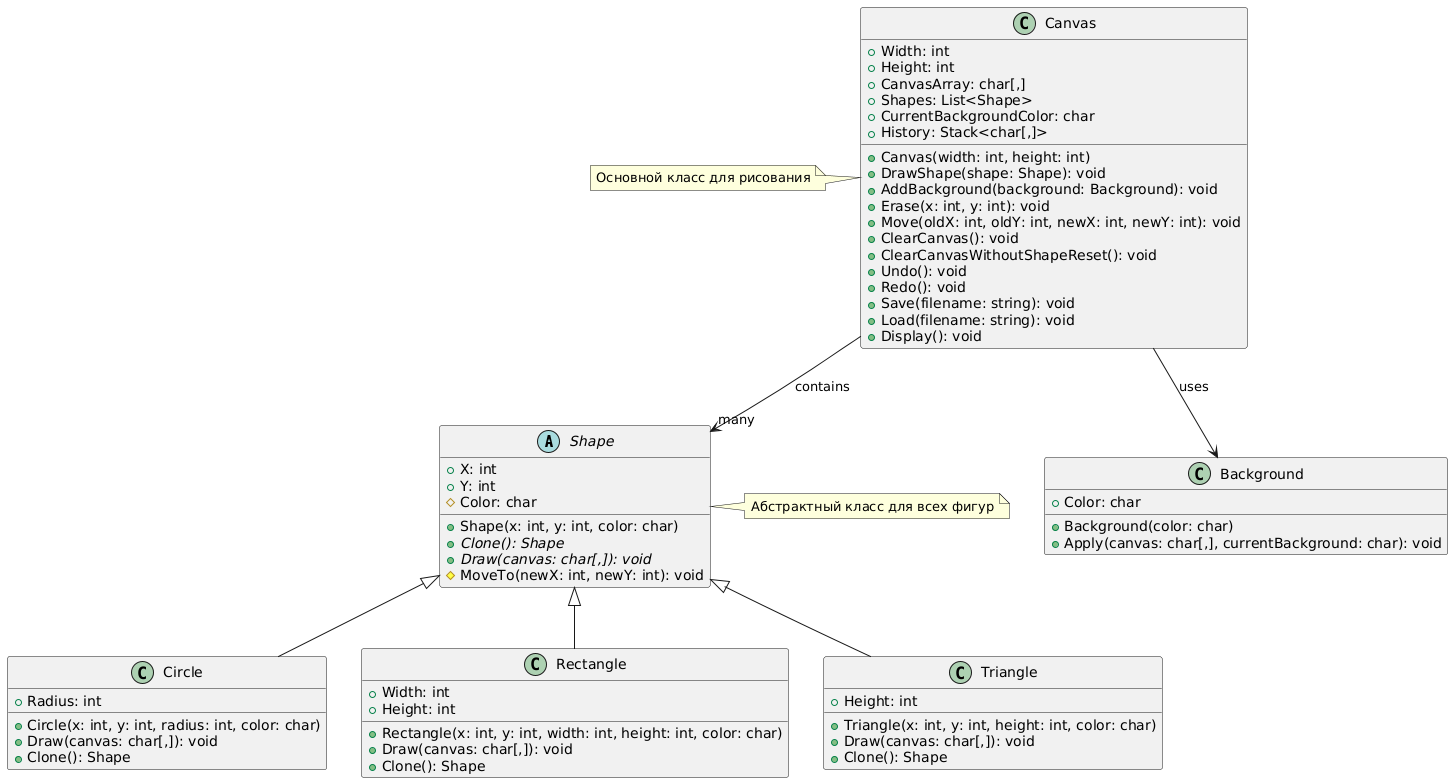
HXPPY228/OOP_Labs keeps this PlantUML diagram as images/UML_Lab1.png. Above is the earlier version. Its diagram source:
```plantuml
@startuml
abstract class Shape {
  +X: int
  +Y: int
  #Color: char
  +Shape(x: int, y: int, color: char)
  +Clone(): Shape {abstract}
  +Draw(canvas: char[,]): void {abstract}
  #MoveTo(newX: int, newY: int): void
}

class Circle extends Shape {
  +Radius: int
  +Circle(x: int, y: int, radius: int, color: char)
  +Draw(canvas: char[,]): void
  +Clone(): Shape
}

class Rectangle extends Shape {
  +Width: int
  +Height: int
  +Rectangle(x: int, y: int, width: int, height: int, color: char)
  +Draw(canvas: char[,]): void
  +Clone(): Shape
}

class Triangle extends Shape {
  +Height: int
  +Triangle(x: int, y: int, height: int, color: char)
  +Draw(canvas: char[,]): void
  +Clone(): Shape
}

class Background {
  +Color: char
  +Background(color: char)
  +Apply(canvas: char[,], currentBackground: char): void
}

class Canvas {
  +Width: int
  +Height: int
  +CanvasArray: char[,]
  +Shapes: List<Shape>
  +CurrentBackgroundColor: char
  +History: Stack<char[,]>
  +Canvas(width: int, height: int)
  +DrawShape(shape: Shape): void
  +AddBackground(background: Background): void
  +Erase(x: int, y: int): void
  +Move(oldX: int, oldY: int, newX: int, newY: int): void
  +ClearCanvas(): void
  +ClearCanvasWithoutShapeReset(): void
  +Undo(): void
  +Redo(): void
  +Save(filename: string): void
  +Load(filename: string): void
  +Display(): void
}

Canvas --> "many" Shape : contains
Canvas --> Background : uses

note right of Shape
  Абстрактный класс для всех фигур
end note

note left of Canvas
  Основной класс для рисования
end note
@enduml
```
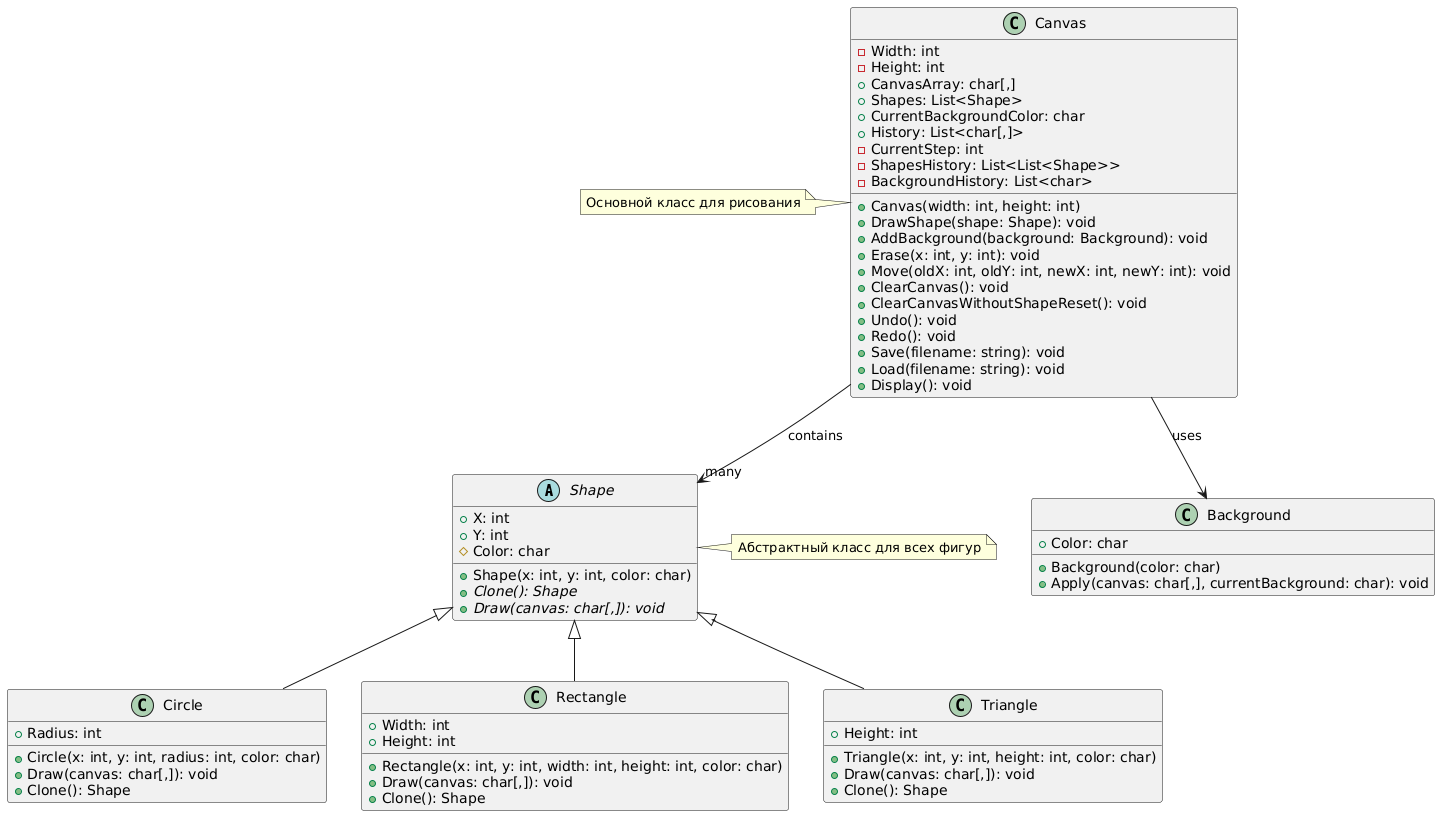
Later version of the same file.

Change to the diagram source:
```diff
@@ -6,7 +6,6 @@
   +Shape(x: int, y: int, color: char)
   +Clone(): Shape {abstract}
   +Draw(canvas: char[,]): void {abstract}
-  #MoveTo(newX: int, newY: int): void
 }
 
 class Circle extends Shape {
@@ -38,12 +37,15 @@
 }
 
 class Canvas {
-  +Width: int
-  +Height: int
+  -Width: int
+  -Height: int
   +CanvasArray: char[,]
   +Shapes: List<Shape>
   +CurrentBackgroundColor: char
-  +History: Stack<char[,]>
+  +History: List<char[,]>
+  -CurrentStep: int
+  -ShapesHistory: List<List<Shape>>
+  -BackgroundHistory: List<char>
   +Canvas(width: int, height: int)
   +DrawShape(shape: Shape): void
   +AddBackground(background: Background): void
```
